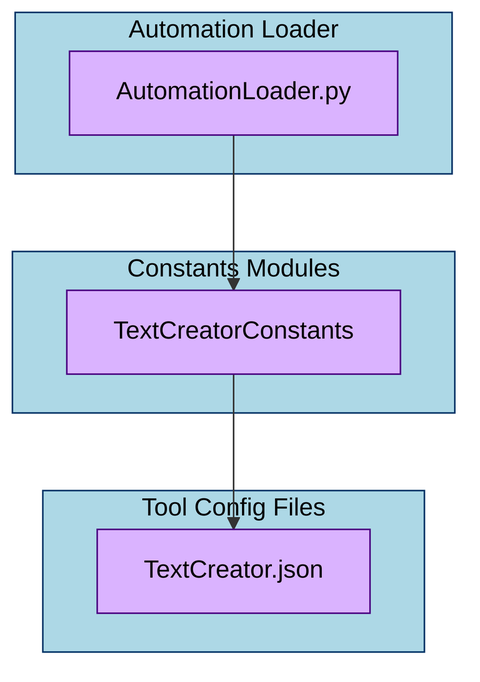
Earlier version of the Mermaid export projects/images/main/optimized/mobile/zoom/AutomationToolsStructure.png (nigelgalbraith/portfolio). Its source is kept beside it as diagrams/siteMaps/AutomationToolsStructure.mmd.
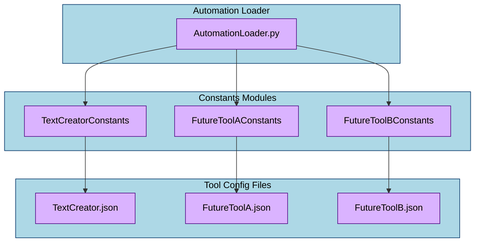
After the change.

Diff of the diagram source:
```diff
@@ -6,14 +6,26 @@
 
   subgraph Constants Files [Constants Modules]
     TextCreatorConstants[TextCreatorConstants]
+    FutureToolAConstants[FutureToolAConstants]
+    FutureToolBConstants[FutureToolBConstants]
   end
 
   subgraph Tool Configs [Tool Config Files]
     TextCreatorConfig[TextCreator.json]
+    FutureToolAConfig[FutureToolA.json]
+    FutureToolBConfig[FutureToolB.json]
   end
 
   AutomationLoader --> TextCreatorConstants
+  AutomationLoader --> FutureToolAConstants
+  AutomationLoader --> FutureToolBConstants
   TextCreatorConstants --> TextCreatorConfig
+  FutureToolAConstants --> FutureToolAConfig
+  FutureToolBConstants --> FutureToolBConfig
   class AutomationLoader primary
   class TextCreatorConstants secondary
+  class FutureToolAConstants secondary
+  class FutureToolBConstants secondary
   class TextCreatorConfig tertiary
+  class FutureToolAConfig tertiary
+  class FutureToolBConfig tertiary
```
